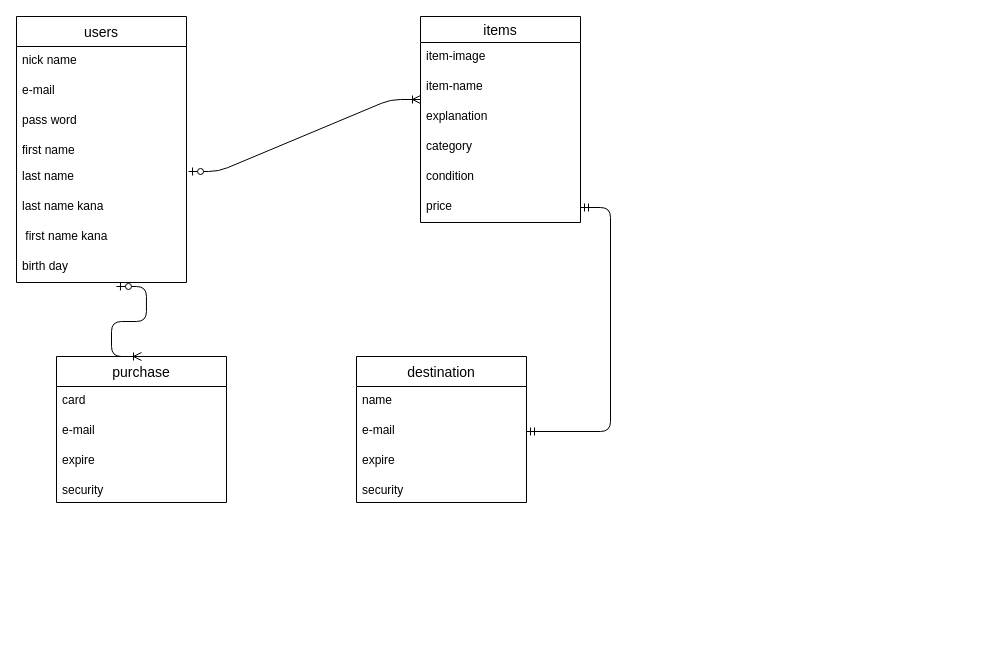
Earlier version of the draw.io diagram furima-ER.dio (hassy-jp/furima-34311). Source tidied: cells renumbered, new cells numbered last; positions are measured from the earlier drawing's top-left corner, leaving out a move shared by most shapes. Both pictures are drawn from the tidied source at 100%, with x=0, y=0 at pixel (16, 16).
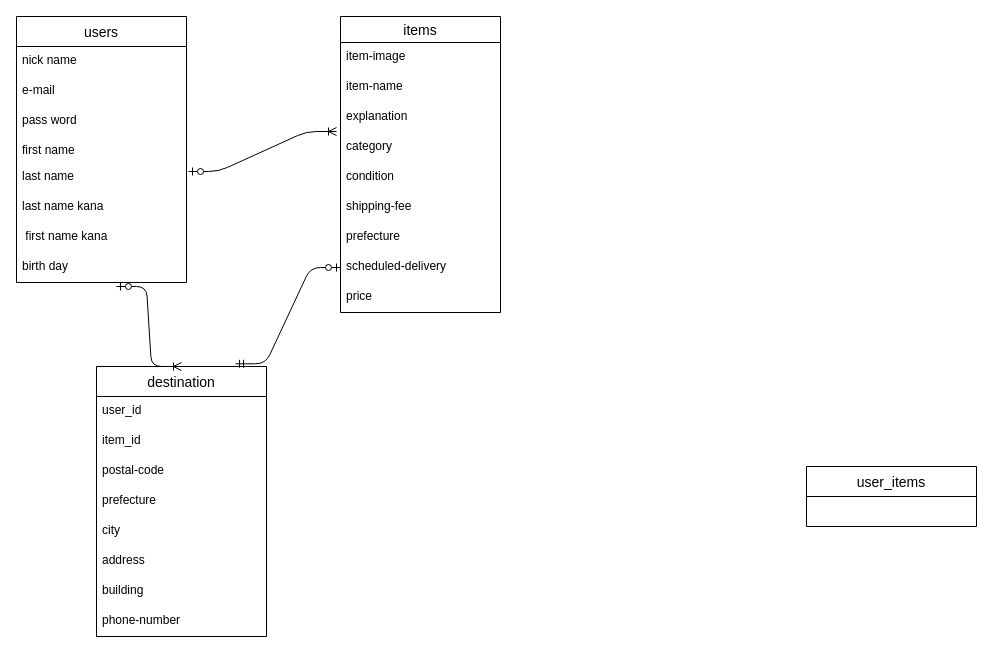
The same page after the edit.

Commit message (it also covers changes not shown here):
データベース設計修正１

Unchanged cells that the change refers to:
```xml
<mxCell id="7" value="last name" style="text;strokeColor=none;fillColor=none;spacingLeft=4;spacingRight=4;overflow=hidden;points=[[0,0.5],[1,0.5]];portConstraint=eastwest;fontSize=12;" parent="2" vertex="1">
  <mxGeometry y="146" width="170" height="30" as="geometry" />
</mxCell>
<mxCell id="15" value="category" style="text;strokeColor=none;fillColor=none;spacingLeft=4;spacingRight=4;overflow=hidden;points=[[0,0.5],[1,0.5]];portConstraint=eastwest;fontSize=12;" parent="11" vertex="1">
  <mxGeometry y="116" width="160" height="30" as="geometry" />
</mxCell>
```

The edit, as a diff of the source:
```diff
@@
     <mxCell id="11" value="items" style="swimlane;fontStyle=0;horizontal=1;startSize=26;align=center;fontSize=14;" parent="1" vertex="1">
-      <mxGeometry x="404" width="160" height="206" as="geometry" />
+      <mxGeometry x="324" width="160" height="296" as="geometry" />
     </mxCell>
@@
+    <mxCell id="31" value="shipping-fee" style="text;strokeColor=none;fillColor=none;spacingLeft=4;spacingRight=4;overflow=hidden;fontSize=12;" parent="11" vertex="1">
+      <mxGeometry y="176" width="160" height="30" as="geometry" />
+    </mxCell>
+    <mxCell id="32" value="prefecture" style="text;strokeColor=none;fillColor=none;spacingLeft=4;spacingRight=4;overflow=hidden;fontSize=12;" parent="11" vertex="1">
+      <mxGeometry y="206" width="160" height="30" as="geometry" />
+    </mxCell>
+    <mxCell id="33" value="scheduled-delivery" style="text;strokeColor=none;fillColor=none;spacingLeft=4;spacingRight=4;overflow=hidden;points=[[0,0.5],[1,0.5]];portConstraint=eastwest;fontSize=12;" parent="11" vertex="1">
+      <mxGeometry y="236" width="160" height="30" as="geometry" />
+    </mxCell>
     <mxCell id="17" value="price" style="text;strokeColor=none;fillColor=none;spacingLeft=4;spacingRight=4;overflow=hidden;points=[[0,0.5],[1,0.5]];portConstraint=eastwest;fontSize=12;" parent="11" vertex="1">
-      <mxGeometry y="176" width="160" height="30" as="geometry" />
+      <mxGeometry y="266" width="160" height="30" as="geometry" />
     </mxCell>
-    <mxCell id="18" value="purchase" style="swimlane;fontStyle=0;horizontal=1;startSize=30;align=center;fontSize=14;" parent="1" vertex="1">
-      <mxGeometry x="40" y="340" width="170" height="146" as="geometry" />
+    <mxCell id="18" value="destination" style="swimlane;fontStyle=0;horizontal=1;startSize=30;align=center;fontSize=14;" parent="1" vertex="1">
+      <mxGeometry x="80" y="350" width="170" height="270" as="geometry" />
     </mxCell>
-    <mxCell id="19" value="card" style="text;strokeColor=none;fillColor=none;spacingLeft=4;spacingRight=4;overflow=hidden;fontSize=12;" parent="18" vertex="1">
-      <mxGeometry y="30" width="170" height="30" as="geometry" />
-    </mxCell>
-    <mxCell id="20" value="e-mail" style="text;strokeColor=none;fillColor=none;spacingLeft=4;spacingRight=4;overflow=hidden;fontSize=12;" parent="18" vertex="1">
-      <mxGeometry y="60" width="170" height="30" as="geometry" />
-    </mxCell>
+    <mxCell id="34" value="user_id" style="text;strokeColor=none;fillColor=none;spacingLeft=4;spacingRight=4;overflow=hidden;fontSize=12;" parent="18" vertex="1">
+      <mxGeometry y="30" width="170" height="30" as="geometry" />
+    </mxCell>
+    <mxCell id="35" value="item_id" style="text;strokeColor=none;fillColor=none;spacingLeft=4;spacingRight=4;overflow=hidden;fontSize=12;" parent="18" vertex="1">
+      <mxGeometry y="60" width="170" height="30" as="geometry" />
+    </mxCell>
-    <mxCell id="21" value="expire" style="text;strokeColor=none;fillColor=none;spacingLeft=4;spacingRight=4;overflow=hidden;fontSize=12;" parent="18" vertex="1">
+    <mxCell id="21" value="postal-code" style="text;strokeColor=none;fillColor=none;spacingLeft=4;spacingRight=4;overflow=hidden;fontSize=12;" parent="18" vertex="1">
       <mxGeometry y="90" width="170" height="30" as="geometry" />
     </mxCell>
-    <mxCell id="22" value="security" style="text;strokeColor=none;fillColor=none;spacingLeft=4;spacingRight=4;overflow=hidden;fontSize=12;" parent="18" vertex="1">
-      <mxGeometry y="120" width="170" height="26" as="geometry" />
-    </mxCell>
-    <mxCell id="23" value="destination" style="swimlane;fontStyle=0;horizontal=1;startSize=30;align=center;fontSize=14;" parent="1" vertex="1">
-      <mxGeometry x="340" y="340" width="170" height="146" as="geometry" />
-    </mxCell>
-    <mxCell id="24" value="name" style="text;strokeColor=none;fillColor=none;spacingLeft=4;spacingRight=4;overflow=hidden;fontSize=12;" parent="23" vertex="1">
-      <mxGeometry y="30" width="170" height="30" as="geometry" />
-    </mxCell>
-    <mxCell id="25" value="e-mail" style="text;strokeColor=none;fillColor=none;spacingLeft=4;spacingRight=4;overflow=hidden;points=[[0,0.5],[1,0.5]];portConstraint=eastwest;fontSize=12;" parent="23" vertex="1">
-      <mxGeometry y="60" width="170" height="30" as="geometry" />
-    </mxCell>
-    <mxCell id="26" value="expire" style="text;strokeColor=none;fillColor=none;spacingLeft=4;spacingRight=4;overflow=hidden;fontSize=12;" parent="23" vertex="1">
-      <mxGeometry y="90" width="170" height="30" as="geometry" />
-    </mxCell>
-    <mxCell id="27" value="security" style="text;strokeColor=none;fillColor=none;spacingLeft=4;spacingRight=4;overflow=hidden;fontSize=12;" parent="23" vertex="1">
-      <mxGeometry y="120" width="170" height="26" as="geometry" />
-    </mxCell>
+    <mxCell id="36" value="prefecture" style="text;strokeColor=none;fillColor=none;spacingLeft=4;spacingRight=4;overflow=hidden;fontSize=12;" parent="18" vertex="1">
+      <mxGeometry y="120" width="170" height="30" as="geometry" />
+    </mxCell>
+    <mxCell id="37" value="city" style="text;strokeColor=none;fillColor=none;spacingLeft=4;spacingRight=4;overflow=hidden;fontSize=12;" parent="18" vertex="1">
+      <mxGeometry y="150" width="170" height="30" as="geometry" />
+    </mxCell>
+    <mxCell id="38" value="address" style="text;strokeColor=none;fillColor=none;spacingLeft=4;spacingRight=4;overflow=hidden;fontSize=12;" parent="18" vertex="1">
+      <mxGeometry y="180" width="170" height="30" as="geometry" />
+    </mxCell>
+    <mxCell id="39" value="building" style="text;strokeColor=none;fillColor=none;spacingLeft=4;spacingRight=4;overflow=hidden;fontSize=12;" parent="18" vertex="1">
+      <mxGeometry y="210" width="170" height="30" as="geometry" />
+    </mxCell>
+    <mxCell id="40" value="phone-number" style="text;strokeColor=none;fillColor=none;spacingLeft=4;spacingRight=4;overflow=hidden;fontSize=12;" parent="18" vertex="1">
+      <mxGeometry y="240" width="170" height="30" as="geometry" />
+    </mxCell>
-    <mxCell id="28" style="edgeStyle=entityRelationEdgeStyle;fontSize=12;html=1;endArrow=ERoneToMany;startArrow=ERzeroToOne;exitX=1.012;exitY=0.3;exitDx=0;exitDy=0;exitPerimeter=0;fontStyle=1;" parent="1" edge="1" source="7">
-      <mxGeometry relative="1" as="geometry">
-        <mxPoint x="404" y="83" as="targetPoint" />
-      </mxGeometry>
+    <mxCell id="28" style="edgeStyle=entityRelationEdgeStyle;fontSize=12;html=1;endArrow=ERoneToMany;startArrow=ERzeroToOne;exitX=1.012;exitY=0.3;exitDx=0;exitDy=0;exitPerimeter=0;fontStyle=1;entryX=-0.025;entryY=-0.033;entryDx=0;entryDy=0;entryPerimeter=0;" parent="1" edge="1" source="7" target="15">
+      <mxGeometry relative="1" as="geometry" />
     </mxCell>
-    <mxCell id="29" style="edgeStyle=entityRelationEdgeStyle;fontSize=12;html=1;endArrow=ERmandOne;startArrow=ERmandOne;entryX=1;entryY=0.5;entryDx=0;entryDy=0;" parent="1" edge="1" source="17" target="25">
-      <mxGeometry relative="1" as="geometry" />
-    </mxCell>
@@
+    <mxCell id="41" style="edgeStyle=entityRelationEdgeStyle;fontSize=12;html=1;endArrow=ERzeroToOne;startArrow=ERmandOne;exitX=0.818;exitY=-0.01;exitDx=0;exitDy=0;entryX=0;entryY=0.5;entryDx=0;entryDy=0;exitPerimeter=0;" parent="1" edge="1" source="18" target="33">
+      <mxGeometry relative="1" as="geometry" />
+    </mxCell>
+    <mxCell id="42" value="user_items" style="swimlane;fontStyle=0;horizontal=1;startSize=30;align=center;fontSize=14;" parent="1" vertex="1">
+      <mxGeometry x="790" y="450" width="170" height="60" as="geometry" />
+    </mxCell>
```
